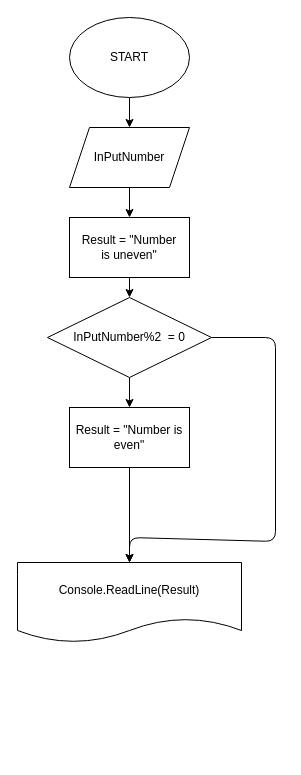
Above: Exercise_6/BlockDiagram.drawio in pozdnyakovbogdan00/Lesson_1_HomeWork (draw.io), before the change. Source tidied: cells renumbered, new cells numbered last; positions are measured from the earlier drawing's top-left corner, leaving out a move shared by most shapes. Both pictures are drawn from the tidied source at 100%, with x=0, y=0 at pixel (17, 17).
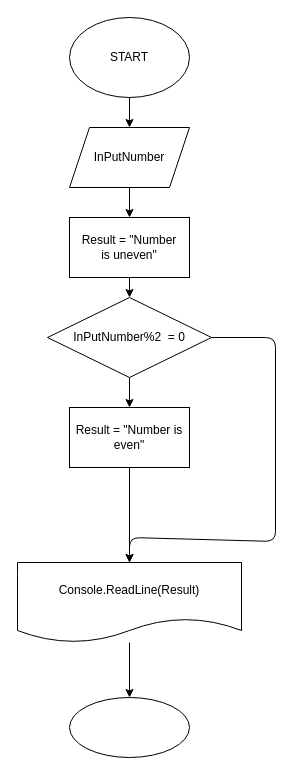
The same page after the edit.

Commit message (it also covers changes not shown here):
Modify block diagrams and add readme in Exercise 4

The edit, as a diff of the source:
```diff
@@
 <mxGraphModel>
   <root>
     <mxCell id="0" />
     <mxCell id="1" parent="0" />
     <mxCell id="2" style="edgeStyle=none;html=1;" parent="1" edge="1" source="3" target="5">
       <mxGeometry relative="1" as="geometry" />
     </mxCell>
     <mxCell id="3" value="START" style="ellipse;whiteSpace=wrap;html=1;" parent="1" vertex="1">
       <mxGeometry x="52" width="120" height="80" as="geometry" />
     </mxCell>
     <mxCell id="4" style="edgeStyle=none;html=1;entryX=0.5;entryY=0;entryDx=0;entryDy=0;" parent="1" edge="1" source="5" target="12">
       <mxGeometry relative="1" as="geometry" />
     </mxCell>
     <mxCell id="5" value="InPutNumber" style="shape=parallelogram;perimeter=parallelogramPerimeter;whiteSpace=wrap;html=1;fixedSize=1;" parent="1" vertex="1">
       <mxGeometry x="52" y="110" width="120" height="60" as="geometry" />
     </mxCell>
     <mxCell id="6" style="edgeStyle=none;html=1;" parent="1" edge="1" source="8" target="10">
       <mxGeometry relative="1" as="geometry" />
     </mxCell>
     <mxCell id="7" style="edgeStyle=none;html=1;exitX=1;exitY=0.5;exitDx=0;exitDy=0;entryX=0.5;entryY=0;entryDx=0;entryDy=0;" parent="1" edge="1" source="8" target="13">
       <mxGeometry relative="1" as="geometry">
         <Array as="points">
           <mxPoint x="258" y="320" />
           <mxPoint x="258" y="524" />
           <mxPoint x="112" y="520" />
         </Array>
       </mxGeometry>
     </mxCell>
     <mxCell id="8" value="InPutNumber%2&amp;nbsp; = 0" style="rhombus;whiteSpace=wrap;html=1;" parent="1" vertex="1">
       <mxGeometry x="30" y="280" width="164" height="80" as="geometry" />
     </mxCell>
     <mxCell id="9" style="edgeStyle=none;html=1;" parent="1" edge="1" source="10" target="13">
       <mxGeometry relative="1" as="geometry" />
     </mxCell>
     <mxCell id="10" value="&lt;span&gt;Result = &quot;Number is even&quot;&lt;/span&gt;" style="whiteSpace=wrap;html=1;" parent="1" vertex="1">
       <mxGeometry x="52" y="390" width="120" height="60" as="geometry" />
     </mxCell>
     <mxCell id="11" style="edgeStyle=none;html=1;" parent="1" edge="1" source="12" target="8">
       <mxGeometry relative="1" as="geometry" />
     </mxCell>
     <mxCell id="12" value="Result = &quot;Number is&amp;nbsp;uneven&quot;" style="rounded=0;whiteSpace=wrap;html=1;" parent="1" vertex="1">
       <mxGeometry x="52" y="200" width="120" height="60" as="geometry" />
     </mxCell>
+    <mxCell id="14" style="edgeStyle=none;html=1;" parent="1" edge="1" source="13" target="15">
+      <mxGeometry relative="1" as="geometry" />
+    </mxCell>
     <mxCell id="13" value="Console.ReadLine(Result)" style="shape=document;whiteSpace=wrap;html=1;boundedLbl=1;" parent="1" vertex="1">
       <mxGeometry y="545" width="224" height="80" as="geometry" />
     </mxCell>
+    <mxCell id="15" style="ellipse;whiteSpace=wrap;html=1;" parent="1" vertex="1">
+      <mxGeometry x="52" y="680" width="120" height="60" as="geometry" />
+    </mxCell>
   </root>
 </mxGraphModel>
```
